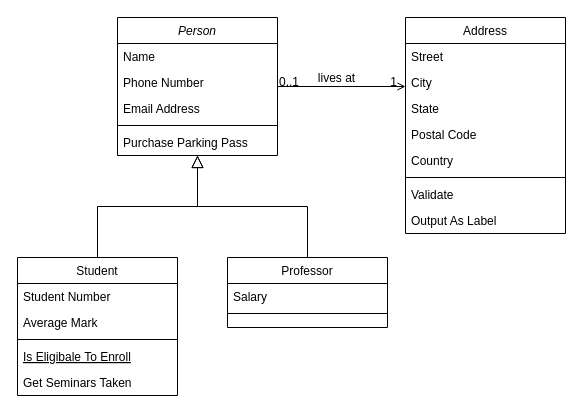
This is UML.drawio from salo1802/Tale, a draw.io file, before an edit. Source tidied: cells renumbered, new cells numbered last; positions are measured from the earlier drawing's top-left corner, leaving out a move shared by most shapes. Both pictures are drawn from the tidied source at 100%, with x=0, y=0 at pixel (17, 17).
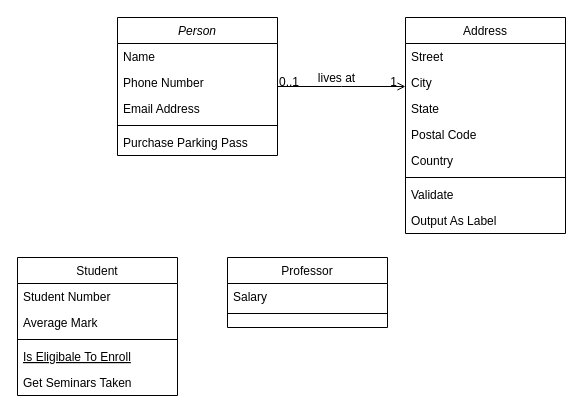
The same diagram, later.

The change refers to these unchanged cells:
```xml
<mxCell id="2" value="Person" style="swimlane;fontStyle=2;align=center;verticalAlign=top;horizontal=1;startSize=26;rounded=0;shadow=0;strokeWidth=1;" parent="1" vertex="1">
  <mxGeometry x="100" width="160" height="138" as="geometry" />
</mxCell>
<mxCell id="8" value="Student" style="swimlane;fontStyle=0;align=center;verticalAlign=top;horizontal=1;startSize=26;rounded=0;shadow=0;strokeWidth=1;" parent="1" vertex="1">
  <mxGeometry y="240" width="160" height="138" as="geometry" />
</mxCell>
<mxCell id="15" value="Professor" style="swimlane;fontStyle=0;align=center;verticalAlign=top;horizontal=1;startSize=26;rounded=0;shadow=0;strokeWidth=1;" parent="1" vertex="1">
  <mxGeometry x="210" y="240" width="160" height="70" as="geometry" />
</mxCell>
```

Change to the diagram source:
```diff
@@
-    <mxCell id="14" style="endArrow=block;endSize=10;endFill=0;shadow=0;strokeWidth=1;rounded=0;edgeStyle=elbowEdgeStyle;elbow=vertical;" parent="1" edge="1" source="8" target="2">
-      <mxGeometry relative="1" as="geometry" />
-    </mxCell>
@@
-    <mxCell id="18" style="endArrow=block;endSize=10;endFill=0;shadow=0;strokeWidth=1;rounded=0;edgeStyle=elbowEdgeStyle;elbow=vertical;" parent="1" edge="1" source="15" target="2">
-      <mxGeometry relative="1" as="geometry" />
-    </mxCell>
```
